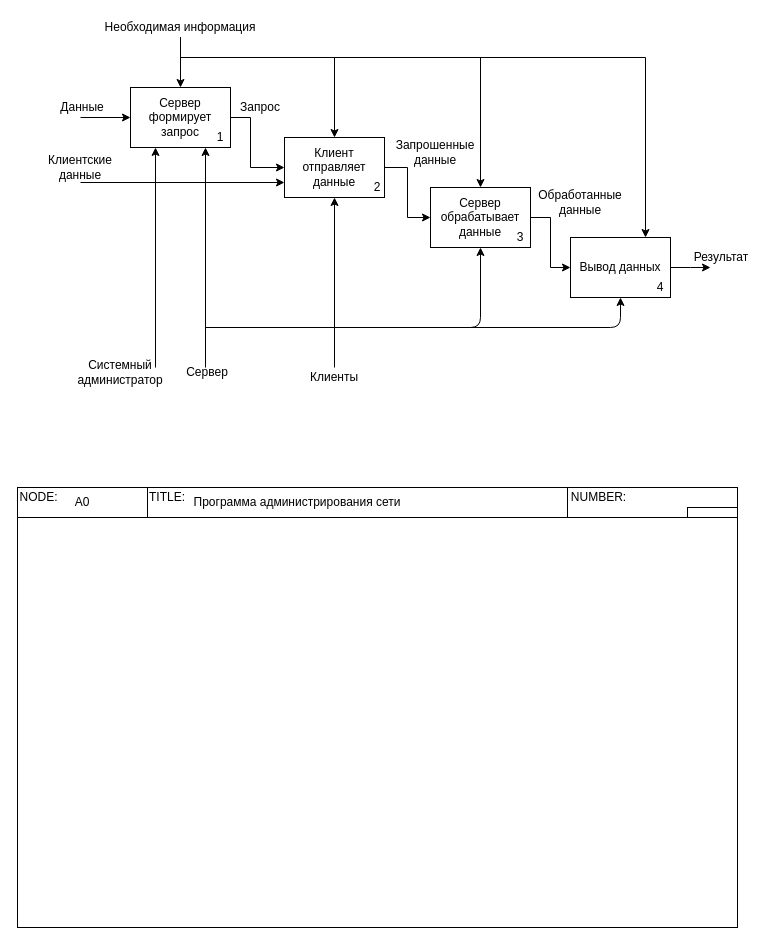
Above: Декомпозиция контекстной диаграммы.drawio in OhotnikovV/AvIS (draw.io), before the change. Source tidied: cells renumbered, new cells numbered last; positions are measured from the earlier drawing's top-left corner, leaving out a move shared by most shapes. Both pictures are drawn from the tidied source at 100%, with x=0, y=0 at pixel (17, 17).
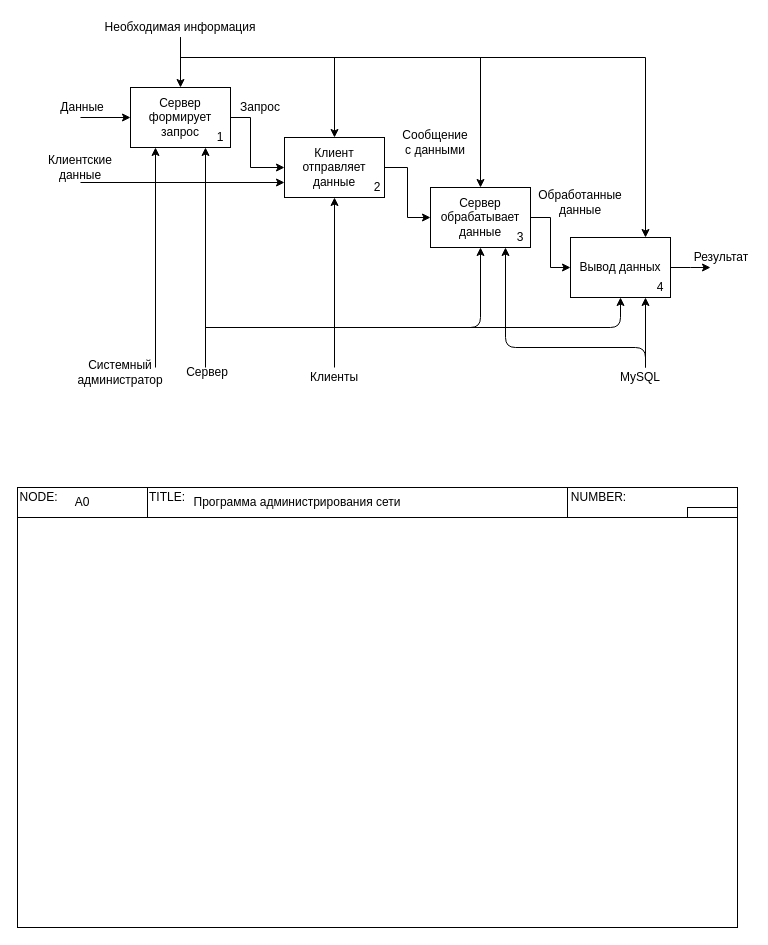
After the change.

The change refers to these unchanged cells:
```xml
<mxCell id="6" value="Сервер обрабатывает данные" style="rounded=0;whiteSpace=wrap;html=1;" parent="1" vertex="1">
  <mxGeometry x="413" y="170" width="100" height="60" as="geometry" />
</mxCell>
<mxCell id="9" value="Вывод данных" style="rounded=0;whiteSpace=wrap;html=1;" parent="1" vertex="1">
  <mxGeometry x="553" y="220" width="100" height="60" as="geometry" />
</mxCell>
```

What changed in the source:
```diff
@@
-    <mxCell id="13" value="Запрошенные данные" style="text;html=1;strokeColor=none;fillColor=none;align=center;verticalAlign=middle;whiteSpace=wrap;rounded=0;" parent="1" vertex="1">
-      <mxGeometry x="383" y="120" width="70" height="30" as="geometry" />
-    </mxCell>
@@
+    <mxCell id="45" value="Сообщение с данными" style="text;html=1;strokeColor=none;fillColor=none;align=center;verticalAlign=middle;whiteSpace=wrap;rounded=0;" parent="1" vertex="1">
+      <mxGeometry x="383" y="110" width="70" height="30" as="geometry" />
+    </mxCell>
+    <mxCell id="46" style="endArrow=classic;html=1;entryX=0.75;entryY=1;entryDx=0;entryDy=0;" parent="1" edge="1" target="9">
+      <mxGeometry relative="1" as="geometry">
+        <mxPoint x="628" y="350" as="sourcePoint" />
+      </mxGeometry>
+    </mxCell>
+    <mxCell id="47" value="MySQL" style="text;html=1;strokeColor=none;fillColor=none;align=center;verticalAlign=middle;whiteSpace=wrap;rounded=0;" parent="1" vertex="1">
+      <mxGeometry x="603" y="350" width="40" height="20" as="geometry" />
+    </mxCell>
+    <mxCell id="48" style="endArrow=classic;html=1;entryX=0.75;entryY=1;entryDx=0;entryDy=0;" parent="1" edge="1" target="6">
+      <mxGeometry relative="1" as="geometry">
+        <mxPoint x="628" y="350" as="sourcePoint" />
+        <Array as="points">
+          <mxPoint x="628" y="330" />
+          <mxPoint x="488" y="330" />
+        </Array>
+      </mxGeometry>
+    </mxCell>
```
